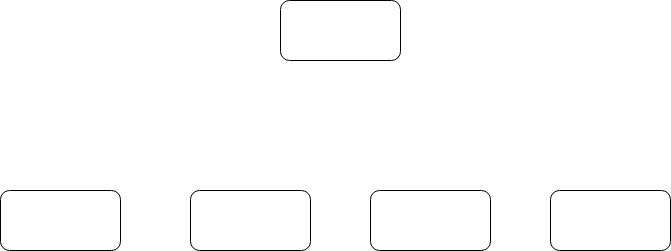
Earlier version of the draw.io export Spooder/Untitled Diagram.png (yxchia98/spooder). Source tidied: cells renumbered, new cells last; positions are measured from the earlier drawing's top-left corner, leaving out a move shared by most shapes.
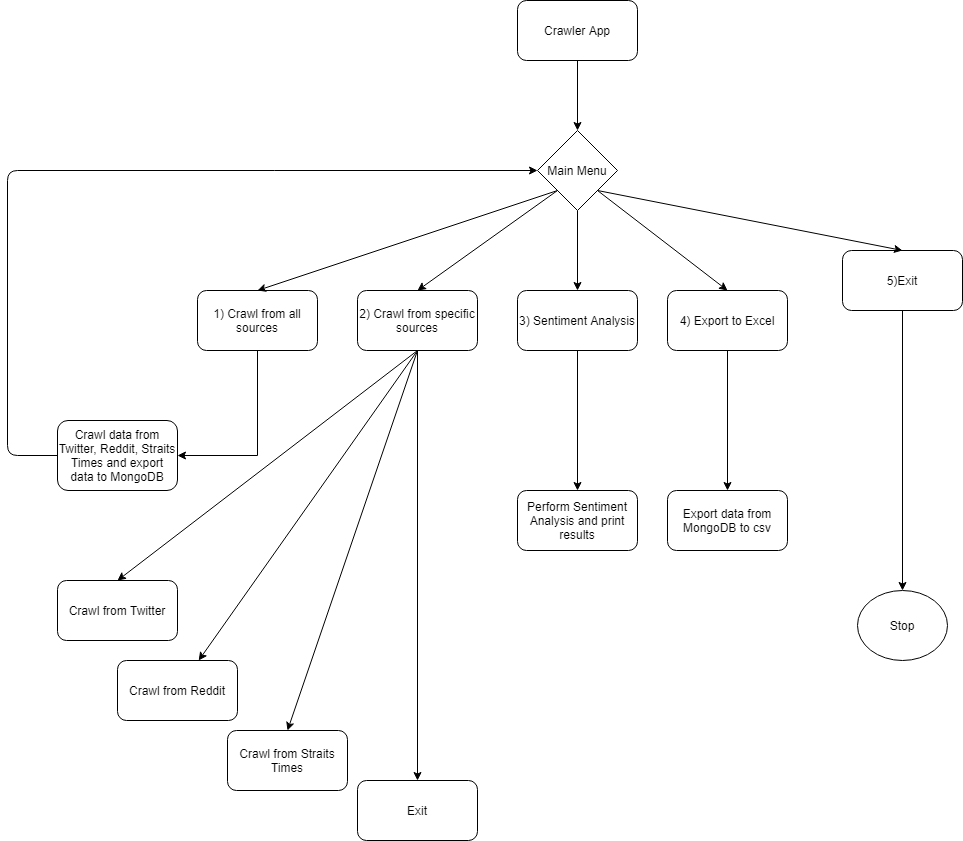
Above is the later version.

What changed in the source:
```diff
@@ -2,20 +2,100 @@
   <root>
     <mxCell id="0" />
     <mxCell id="1" parent="0" />
+    <mxCell id="7" style="edgeStyle=orthogonalEdgeStyle;rounded=0;jettySize=auto;html=1;exitX=0.5;exitY=1;exitDx=0;exitDy=0;entryX=1;entryY=0.5;entryDx=0;entryDy=0;" parent="1" edge="1" source="2" target="19">
+      <mxGeometry relative="1" as="geometry" />
+    </mxCell>
-    <mxCell id="2" style="rounded=1;whiteSpace=wrap;html=1;" parent="1" vertex="1">
-      <mxGeometry y="190" width="120" height="60" as="geometry" />
+    <mxCell id="2" value="1) Crawl from all sources" style="rounded=1;whiteSpace=wrap;html=1;" parent="1" vertex="1">
+      <mxGeometry x="-80" y="240" width="120" height="60" as="geometry" />
     </mxCell>
+    <mxCell id="8" style="edgeStyle=orthogonalEdgeStyle;rounded=0;jettySize=auto;html=1;exitX=0.5;exitY=1;exitDx=0;exitDy=0;" parent="1" edge="1" source="3" target="29">
+      <mxGeometry relative="1" as="geometry" />
+    </mxCell>
-    <mxCell id="3" style="rounded=1;whiteSpace=wrap;html=1;" parent="1" vertex="1">
-      <mxGeometry x="550" y="190" width="120" height="60" as="geometry" />
+    <mxCell id="3" value="4) Export to Excel" style="rounded=1;whiteSpace=wrap;html=1;" parent="1" vertex="1">
+      <mxGeometry x="390" y="240" width="120" height="60" as="geometry" />
     </mxCell>
-    <mxCell id="4" style="rounded=1;whiteSpace=wrap;html=1;" parent="1" vertex="1">
-      <mxGeometry x="370" y="190" width="120" height="60" as="geometry" />
+    <mxCell id="4" value="3) Sentiment Analysis" style="rounded=1;whiteSpace=wrap;html=1;" parent="1" vertex="1">
+      <mxGeometry x="240" y="240" width="120" height="60" as="geometry" />
     </mxCell>
-    <mxCell id="5" style="rounded=1;whiteSpace=wrap;html=1;" parent="1" vertex="1">
-      <mxGeometry x="190" y="190" width="120" height="60" as="geometry" />
+    <mxCell id="5" value="2) Crawl from specific sources" style="rounded=1;whiteSpace=wrap;html=1;" parent="1" vertex="1">
+      <mxGeometry x="80" y="240" width="120" height="60" as="geometry" />
     </mxCell>
+    <mxCell id="9" style="edgeStyle=orthogonalEdgeStyle;rounded=0;jettySize=auto;html=1;exitX=0.5;exitY=1;exitDx=0;exitDy=0;" parent="1" edge="1" source="6" target="17">
+      <mxGeometry relative="1" as="geometry" />
+    </mxCell>
-    <mxCell id="6" style="rounded=1;whiteSpace=wrap;html=1;" parent="1" vertex="1">
-      <mxGeometry x="280" width="120" height="60" as="geometry" />
+    <mxCell id="6" value="Crawler App" style="rounded=1;whiteSpace=wrap;html=1;" parent="1" vertex="1">
+      <mxGeometry x="240" y="-50" width="120" height="60" as="geometry" />
     </mxCell>
+    <mxCell id="10" style="edgeStyle=orthogonalEdgeStyle;rounded=0;jettySize=auto;html=1;exitX=0.5;exitY=1;exitDx=0;exitDy=0;entryX=0.5;entryY=0;entryDx=0;entryDy=0;" parent="1" edge="1" source="11" target="18">
+      <mxGeometry relative="1" as="geometry" />
+    </mxCell>
+    <mxCell id="11" value="5)Exit" style="rounded=1;whiteSpace=wrap;html=1;" parent="1" vertex="1">
+      <mxGeometry x="565" y="200" width="120" height="60" as="geometry" />
+    </mxCell>
+    <mxCell id="12" style="endArrow=classic;html=1;entryX=0.5;entryY=0;entryDx=0;entryDy=0;exitX=0;exitY=1;exitDx=0;exitDy=0;" parent="1" edge="1" source="17" target="2">
+      <mxGeometry relative="1" as="geometry" />
+    </mxCell>
+    <mxCell id="13" style="endArrow=classic;html=1;entryX=0.5;entryY=0;entryDx=0;entryDy=0;exitX=0;exitY=1;exitDx=0;exitDy=0;" parent="1" edge="1" source="17" target="5">
+      <mxGeometry relative="1" as="geometry" />
+    </mxCell>
+    <mxCell id="14" style="endArrow=classic;html=1;entryX=0.5;entryY=0;entryDx=0;entryDy=0;exitX=0.5;exitY=1;exitDx=0;exitDy=0;" parent="1" edge="1" source="17" target="4">
+      <mxGeometry relative="1" as="geometry" />
+    </mxCell>
+    <mxCell id="15" style="endArrow=classic;html=1;exitX=1;exitY=1;exitDx=0;exitDy=0;entryX=0.5;entryY=0;entryDx=0;entryDy=0;" parent="1" edge="1" source="17" target="3">
+      <mxGeometry relative="1" as="geometry" />
+    </mxCell>
+    <mxCell id="16" style="endArrow=classic;html=1;entryX=0.5;entryY=0;entryDx=0;entryDy=0;exitX=1;exitY=1;exitDx=0;exitDy=0;" parent="1" edge="1" source="17" target="11">
+      <mxGeometry relative="1" as="geometry" />
+    </mxCell>
+    <mxCell id="17" value="Main Menu" style="rhombus;whiteSpace=wrap;html=1;" parent="1" vertex="1">
+      <mxGeometry x="260" y="80" width="80" height="80" as="geometry" />
+    </mxCell>
+    <mxCell id="18" value="Stop" style="ellipse;whiteSpace=wrap;html=1;" parent="1" vertex="1">
+      <mxGeometry x="580" y="540" width="90" height="70" as="geometry" />
+    </mxCell>
+    <mxCell id="19" value="Crawl data from Twitter, Reddit, Straits Times and export data to MongoDB" style="rounded=1;whiteSpace=wrap;html=1;" parent="1" vertex="1">
+      <mxGeometry x="-220" y="370" width="120" height="70" as="geometry" />
+    </mxCell>
+    <mxCell id="20" style="endArrow=classic;html=1;exitX=0;exitY=0.5;exitDx=0;exitDy=0;entryX=0;entryY=0.5;entryDx=0;entryDy=0;" parent="1" edge="1" source="19" target="17">
+      <mxGeometry relative="1" as="geometry">
+        <Array as="points">
+          <mxPoint x="-270" y="405" />
+          <mxPoint x="-270" y="120" />
+        </Array>
+      </mxGeometry>
+    </mxCell>
+    <mxCell id="21" value="Crawl from Twitter" style="rounded=1;whiteSpace=wrap;html=1;" parent="1" vertex="1">
+      <mxGeometry x="-220" y="530" width="120" height="60" as="geometry" />
+    </mxCell>
+    <mxCell id="22" style="endArrow=classic;html=1;exitX=0.5;exitY=1;exitDx=0;exitDy=0;entryX=0.5;entryY=0;entryDx=0;entryDy=0;" parent="1" edge="1" source="5" target="21">
+      <mxGeometry relative="1" as="geometry" />
+    </mxCell>
+    <mxCell id="23" value="Crawl from Reddit" style="rounded=1;whiteSpace=wrap;html=1;" parent="1" vertex="1">
+      <mxGeometry x="-160" y="610" width="120" height="60" as="geometry" />
+    </mxCell>
+    <mxCell id="24" value="Crawl from Straits Times" style="rounded=1;whiteSpace=wrap;html=1;" parent="1" vertex="1">
+      <mxGeometry x="-50" y="680" width="120" height="60" as="geometry" />
+    </mxCell>
+    <mxCell id="25" style="endArrow=classic;html=1;exitX=0.5;exitY=1;exitDx=0;exitDy=0;" parent="1" edge="1" source="5" target="23">
+      <mxGeometry relative="1" as="geometry" />
+    </mxCell>
+    <mxCell id="26" style="endArrow=classic;html=1;exitX=0.5;exitY=1;exitDx=0;exitDy=0;entryX=0.5;entryY=0;entryDx=0;entryDy=0;" parent="1" edge="1" source="5" target="24">
+      <mxGeometry relative="1" as="geometry" />
+    </mxCell>
+    <mxCell id="27" value="Perform Sentiment Analysis and print results" style="rounded=1;whiteSpace=wrap;html=1;" parent="1" vertex="1">
+      <mxGeometry x="240" y="440" width="120" height="60" as="geometry" />
+    </mxCell>
+    <mxCell id="28" style="endArrow=classic;html=1;entryX=0.5;entryY=0;entryDx=0;entryDy=0;exitX=0.5;exitY=1;exitDx=0;exitDy=0;" parent="1" edge="1" source="4" target="27">
+      <mxGeometry relative="1" as="geometry" />
+    </mxCell>
+    <mxCell id="29" value="Export data from MongoDB to csv" style="rounded=1;whiteSpace=wrap;html=1;" parent="1" vertex="1">
+      <mxGeometry x="390" y="440" width="120" height="60" as="geometry" />
+    </mxCell>
+    <mxCell id="30" value="Exit" style="rounded=1;whiteSpace=wrap;html=1;" parent="1" vertex="1">
+      <mxGeometry x="80" y="730" width="120" height="60" as="geometry" />
+    </mxCell>
+    <mxCell id="31" style="endArrow=classic;html=1;entryX=0.5;entryY=0;entryDx=0;entryDy=0;exitX=0.5;exitY=1;exitDx=0;exitDy=0;" parent="1" edge="1" source="5" target="30">
+      <mxGeometry relative="1" as="geometry" />
+    </mxCell>
   </root>
 </mxGraphModel>
```
